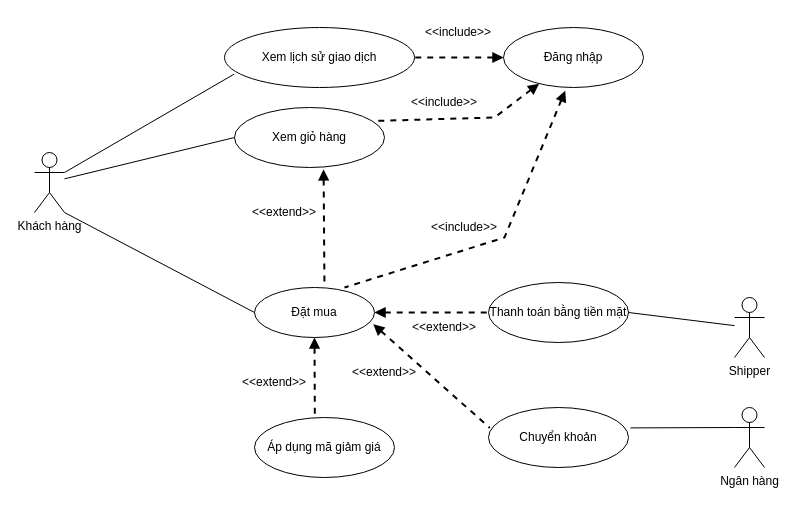
NguyenThaiDung2003/IT3120Nhom11 keeps this draw.io diagram as Use Case Diagram/Cart_Checkout.drawio. Above is the earlier version. Source tidied: cells renumbered, new cells numbered last; positions are measured from the earlier drawing's top-left corner, leaving out a move shared by most shapes. Both pictures are drawn from the tidied source at 100%, with x=0, y=0 at pixel (34, 17).
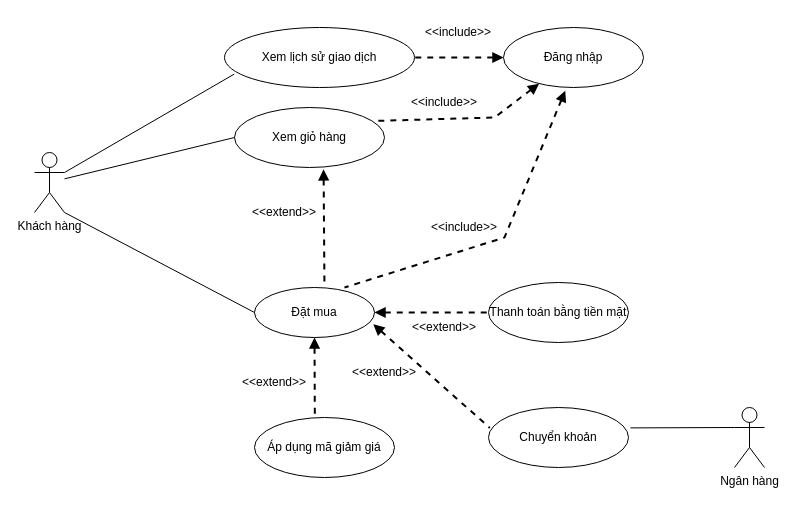
The same page after the edit.

Commit message (it also covers changes not shown here):
Cập nhật biểu đồ hoạt động và biểu đồ UC (Thanh taons và giỏ hàng)

The change refers to these unchanged cells:
```xml
<mxCell id="7" value="Thanh toán bằng tiền mặt" style="ellipse;whiteSpace=wrap;html=1;" parent="1" vertex="1">
  <mxGeometry x="454" y="265" width="140" height="60" as="geometry" />
</mxCell>
```

The edit, as a diff of the source:
```diff
@@
-    <mxCell id="30" value="Shipper" style="shape=umlActor;verticalLabelPosition=bottom;verticalAlign=top;html=1;outlineConnect=0;" parent="1" vertex="1">
-      <mxGeometry x="700" y="280" width="30" height="60" as="geometry" />
-    </mxCell>
-    <mxCell id="31" style="endArrow=none;html=1;rounded=0;entryX=1;entryY=0.5;entryDx=0;entryDy=0;" parent="1" edge="1" source="30" target="7">
-      <mxGeometry relative="1" as="geometry" />
-    </mxCell>
```
